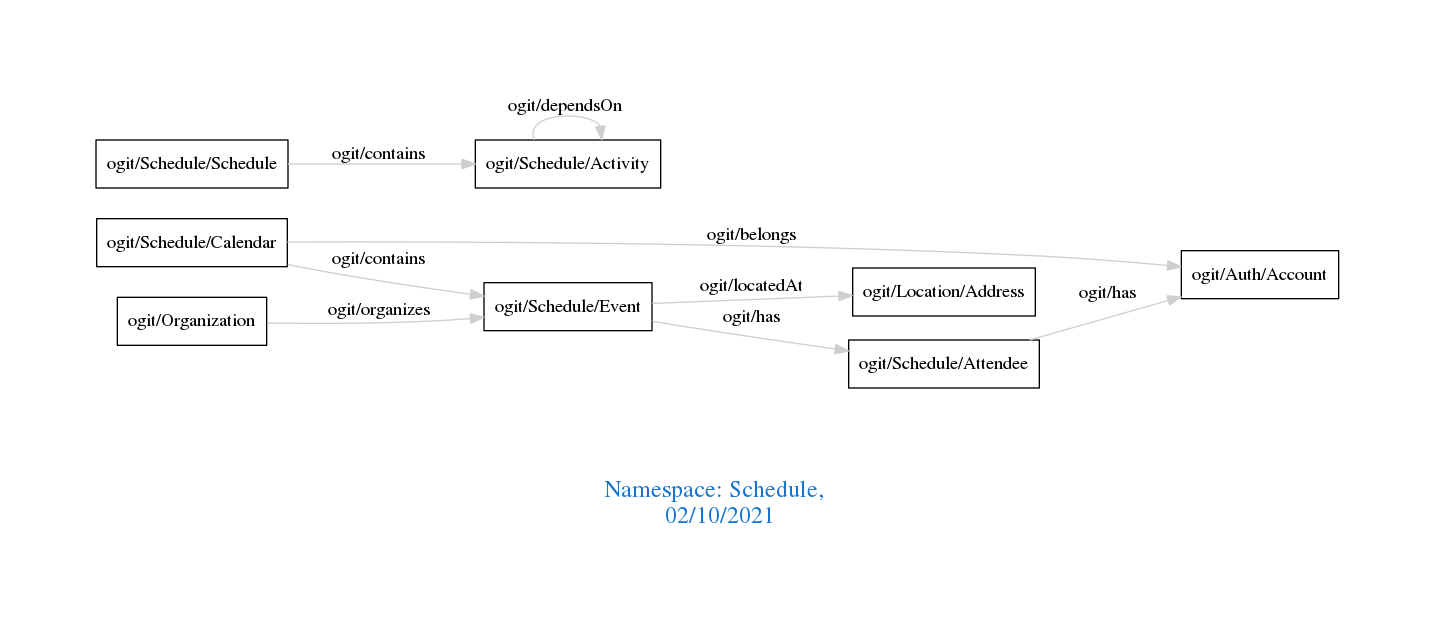
arago/OGIT keeps this Graphviz diagram as downloads/Schedule.png. Above is the earlier version. Its source is kept beside it as downloads/Schedule.dot.
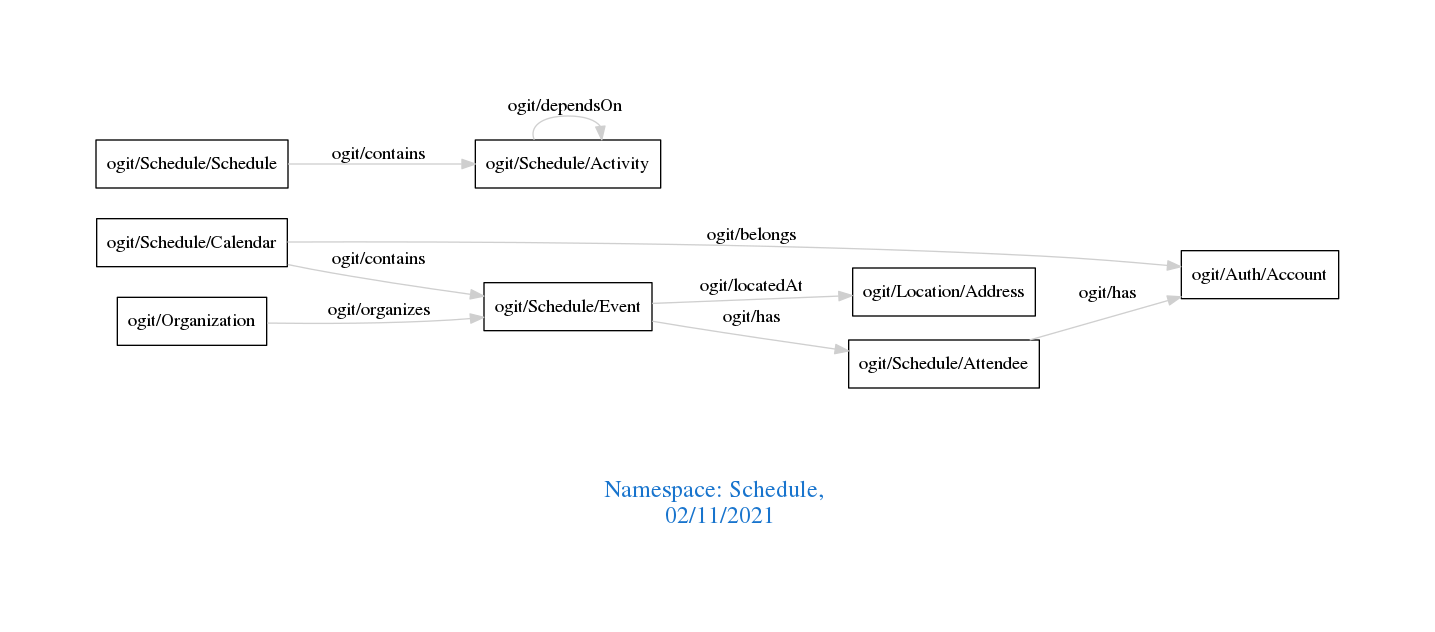
Later version of the same file.

The edit, as a diff of the source:
```diff
@@ -1,7 +1,7 @@
 digraph OGIT_ontology {
  graph [ rankdir= LR,pad=1
 fontsize = 18,
-fontcolor= dodgerblue3,label = "\n\n\nNamespace: Schedule, \n 02/10/2021"];
+fontcolor= dodgerblue3,label = "\n\n\nNamespace: Schedule, \n 02/11/2021"];
 node[shape=polygon];
 edge [  color="gray81"];
 
```
